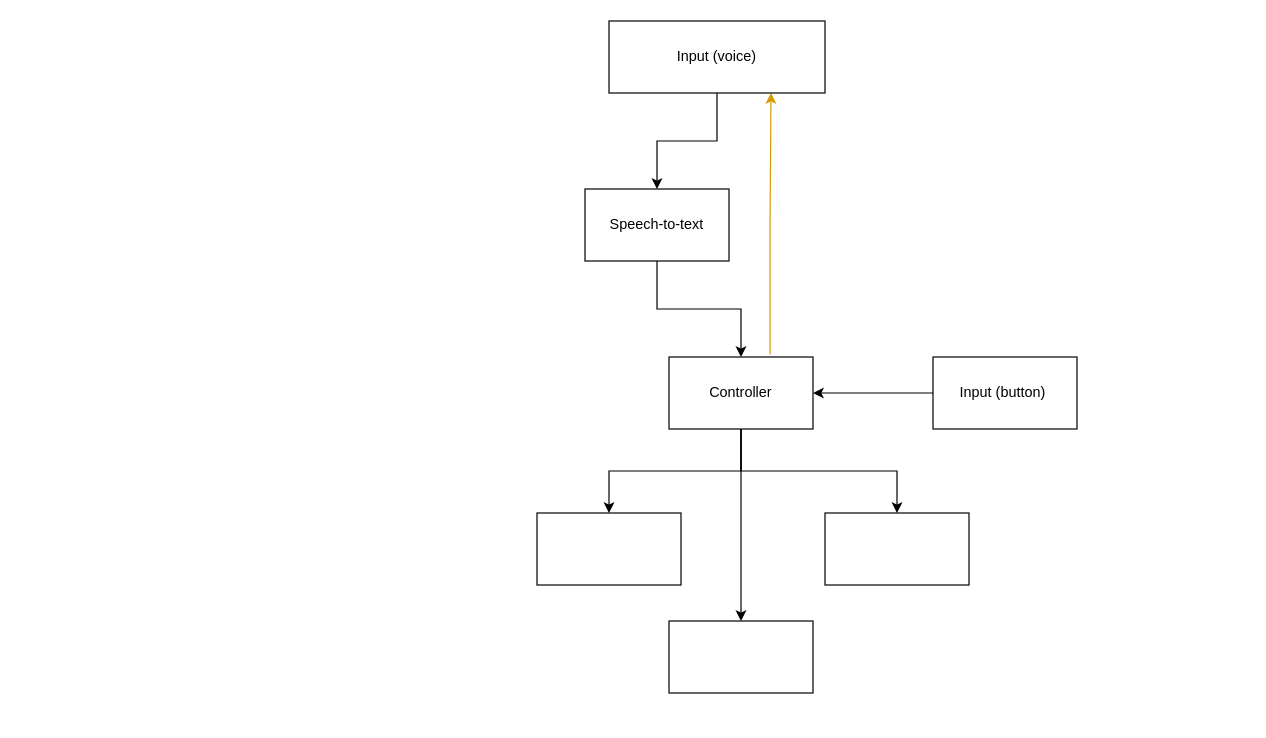
Above: Diagramme sans nom.drawio in Thorwig/C.H.I.P (draw.io), before the change. Source tidied: cells renumbered, new cells numbered last; positions are measured from the earlier drawing's top-left corner, leaving out a move shared by most shapes. Both pictures are drawn from the tidied source at 120%, with x=0, y=0 at pixel (536, 20).
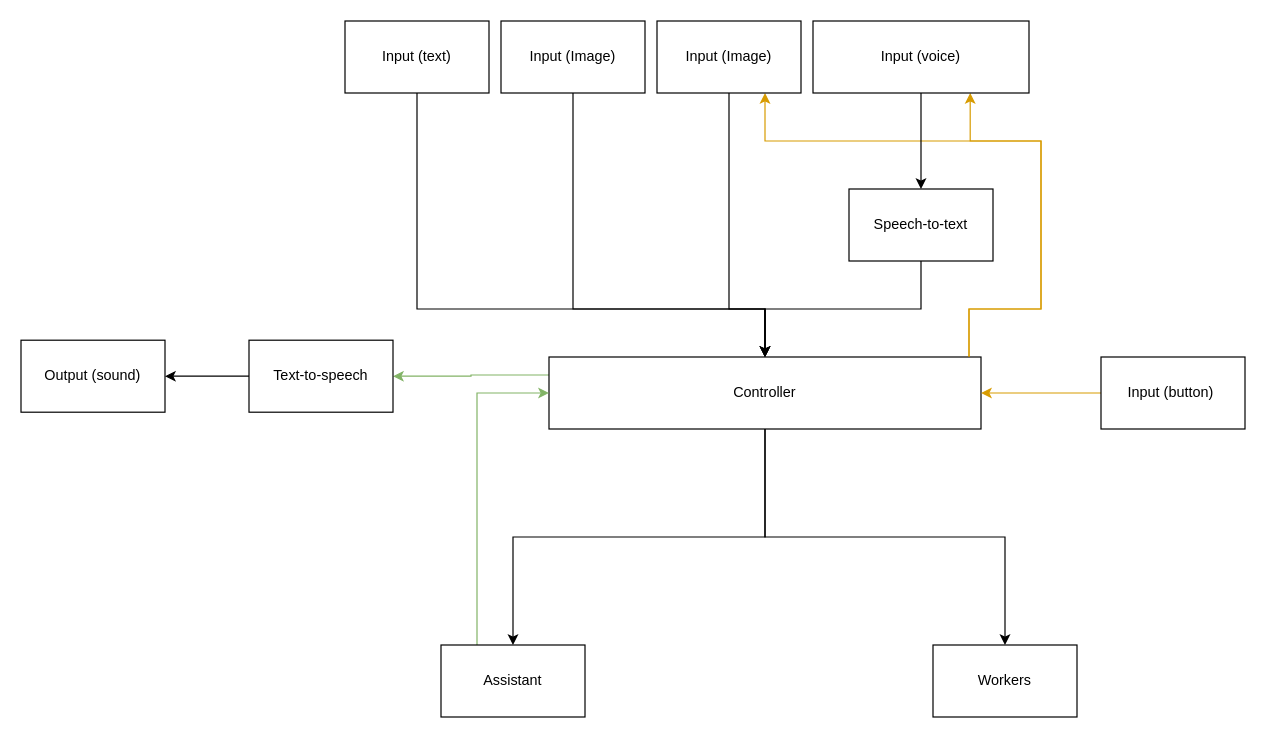
After the change.

The edit, as a diff of the source:
```diff
@@
-    <mxCell id="2" style="edgeStyle=orthogonalEdgeStyle;rounded=0;jettySize=auto;html=1;" parent="1" edge="1" source="5" target="6">
+    <mxCell id="2" style="edgeStyle=orthogonalEdgeStyle;rounded=0;jettySize=auto;html=1;exitX=0.5;exitY=1;exitDx=0;exitDy=0;" parent="1" edge="1" source="5" target="6">
       <mxGeometry relative="1" as="geometry" />
     </mxCell>
-    <mxCell id="3" style="edgeStyle=orthogonalEdgeStyle;rounded=0;jettySize=auto;html=1;exitX=0.5;exitY=1;exitDx=0;exitDy=0;" parent="1" edge="1" source="5" target="7">
-      <mxGeometry relative="1" as="geometry" />
-    </mxCell>
-    <mxCell id="4" style="edgeStyle=orthogonalEdgeStyle;rounded=0;jettySize=auto;html=1;" parent="1" edge="1" source="5" target="8">
+    <mxCell id="4" style="edgeStyle=orthogonalEdgeStyle;rounded=0;jettySize=auto;html=1;entryX=0.5;entryY=0;entryDx=0;entryDy=0;" parent="1" edge="1" source="5" target="8">
       <mxGeometry relative="1" as="geometry" />
     </mxCell>
+    <mxCell id="16" style="edgeStyle=orthogonalEdgeStyle;rounded=0;jettySize=auto;html=1;exitX=0;exitY=0.25;exitDx=0;exitDy=0;fillColor=#d5e8d4;strokeColor=#82b366;" parent="1" edge="1" source="5" target="20">
+      <mxGeometry relative="1" as="geometry" />
+    </mxCell>
+    <mxCell id="17" style="edgeStyle=orthogonalEdgeStyle;rounded=0;jettySize=auto;html=1;entryX=0.75;entryY=1;entryDx=0;entryDy=0;fillColor=#ffe6cc;strokeColor=#d79b00;" parent="1" edge="1" source="5" target="25">
+      <mxGeometry relative="1" as="geometry">
+        <Array as="points">
+          <mxPoint x="360" y="240" />
+          <mxPoint x="420" y="240" />
+          <mxPoint x="420" y="100" />
+          <mxPoint x="190" y="100" />
+        </Array>
+      </mxGeometry>
+    </mxCell>
     <mxCell id="5" value="Controller" style="rounded=0;whiteSpace=wrap;html=1;" parent="1" vertex="1">
-      <mxGeometry x="110" y="280" width="120" height="60" as="geometry" />
+      <mxGeometry x="10" y="280" width="360" height="60" as="geometry" />
     </mxCell>
+    <mxCell id="18" style="edgeStyle=orthogonalEdgeStyle;rounded=0;jettySize=auto;html=1;exitX=0.25;exitY=0;exitDx=0;exitDy=0;entryX=0;entryY=0.5;entryDx=0;entryDy=0;fillColor=#d5e8d4;strokeColor=#82b366;" parent="1" edge="1" source="6" target="5">
+      <mxGeometry relative="1" as="geometry" />
+    </mxCell>
-    <mxCell id="6" style="rounded=0;whiteSpace=wrap;html=1;" parent="1" vertex="1">
-      <mxGeometry y="410" width="120" height="60" as="geometry" />
+    <mxCell id="6" value="Assistant" style="rounded=0;whiteSpace=wrap;html=1;" parent="1" vertex="1">
+      <mxGeometry x="-80" y="520" width="120" height="60" as="geometry" />
     </mxCell>
-    <mxCell id="7" style="rounded=0;whiteSpace=wrap;html=1;" parent="1" vertex="1">
-      <mxGeometry x="240" y="410" width="120" height="60" as="geometry" />
-    </mxCell>
-    <mxCell id="8" style="rounded=0;whiteSpace=wrap;html=1;" parent="1" vertex="1">
-      <mxGeometry x="110" y="500" width="120" height="60" as="geometry" />
+    <mxCell id="8" value="Workers" style="rounded=0;whiteSpace=wrap;html=1;" parent="1" vertex="1">
+      <mxGeometry x="330" y="520" width="120" height="60" as="geometry" />
     </mxCell>
-    <mxCell id="9" style="edgeStyle=orthogonalEdgeStyle;rounded=0;jettySize=auto;html=1;exitX=0.702;exitY=-0.033;exitDx=0;exitDy=0;entryX=0.75;entryY=1;entryDx=0;entryDy=0;fillColor=#ffe6cc;strokeColor=#d79b00;exitPerimeter=0;" parent="1" edge="1" source="5" target="15">
-      <mxGeometry relative="1" as="geometry" />
+    <mxCell id="9" style="edgeStyle=orthogonalEdgeStyle;rounded=0;orthogonalLoop=1;jettySize=auto;html=1;entryX=0.75;entryY=1;entryDx=0;entryDy=0;fillColor=#ffe6cc;strokeColor=#d79b00;" parent="1" edge="1">
+      <mxGeometry relative="1" as="geometry">
+        <mxPoint x="360" y="280" as="sourcePoint" />
+        <mxPoint x="361" y="60" as="targetPoint" />
+        <Array as="points">
+          <mxPoint x="360" y="240" />
+          <mxPoint x="420" y="240" />
+          <mxPoint x="420" y="100" />
+          <mxPoint x="361" y="100" />
+        </Array>
+      </mxGeometry>
     </mxCell>
@@
     <mxCell id="11" value="Speech-to-text" style="rounded=0;whiteSpace=wrap;html=1;" parent="1" vertex="1">
-      <mxGeometry x="40" y="140" width="120" height="60" as="geometry" />
+      <mxGeometry x="260" y="140" width="120" height="60" as="geometry" />
     </mxCell>
-    <mxCell id="12" style="edgeStyle=orthogonalEdgeStyle;rounded=0;jettySize=auto;html=1;" parent="1" edge="1" source="13" target="5">
+    <mxCell id="12" style="edgeStyle=orthogonalEdgeStyle;rounded=0;jettySize=auto;html=1;fillColor=#ffe6cc;strokeColor=#d79b00;" parent="1" edge="1" source="13" target="5">
       <mxGeometry relative="1" as="geometry" />
     </mxCell>
     <mxCell id="13" value="Input (button)&amp;nbsp;" style="rounded=0;whiteSpace=wrap;html=1;" parent="1" vertex="1">
-      <mxGeometry x="330" y="280" width="120" height="60" as="geometry" />
+      <mxGeometry x="470" y="280" width="120" height="60" as="geometry" />
     </mxCell>
@@
     <mxCell id="15" value="Input (voice)" style="rounded=0;whiteSpace=wrap;html=1;" parent="1" vertex="1">
-      <mxGeometry x="60" width="180" height="60" as="geometry" />
+      <mxGeometry x="230" width="180" height="60" as="geometry" />
     </mxCell>
+    <mxCell id="19" style="edgeStyle=orthogonalEdgeStyle;rounded=0;jettySize=auto;html=1;" parent="1" edge="1" source="20" target="21">
+      <mxGeometry relative="1" as="geometry" />
+    </mxCell>
+    <mxCell id="20" value="Text-to-speech" style="rounded=0;whiteSpace=wrap;html=1;" parent="1" vertex="1">
+      <mxGeometry x="-240" y="266" width="120" height="60" as="geometry" />
+    </mxCell>
+    <mxCell id="21" value="Output (sound)" style="rounded=0;whiteSpace=wrap;html=1;" parent="1" vertex="1">
+      <mxGeometry x="-430" y="266" width="120" height="60" as="geometry" />
+    </mxCell>
+    <mxCell id="22" style="edgeStyle=orthogonalEdgeStyle;rounded=0;jettySize=auto;html=1;exitX=0.5;exitY=1;exitDx=0;exitDy=0;" parent="1" edge="1" source="23">
+      <mxGeometry relative="1" as="geometry">
+        <mxPoint x="190" y="280" as="targetPoint" />
+        <Array as="points">
+          <mxPoint x="-100" y="240" />
+          <mxPoint x="190" y="240" />
+        </Array>
+      </mxGeometry>
+    </mxCell>
+    <mxCell id="23" value="Input (text)" style="rounded=0;whiteSpace=wrap;html=1;" parent="1" vertex="1">
+      <mxGeometry x="-160" width="120" height="60" as="geometry" />
+    </mxCell>
+    <mxCell id="24" style="edgeStyle=orthogonalEdgeStyle;rounded=0;jettySize=auto;html=1;entryX=0.5;entryY=0;entryDx=0;entryDy=0;" parent="1" edge="1" source="25" target="5">
+      <mxGeometry relative="1" as="geometry">
+        <Array as="points">
+          <mxPoint x="160" y="240" />
+          <mxPoint x="190" y="240" />
+        </Array>
+      </mxGeometry>
+    </mxCell>
+    <mxCell id="25" value="Input (Image)" style="rounded=0;whiteSpace=wrap;html=1;" parent="1" vertex="1">
+      <mxGeometry x="100" width="120" height="60" as="geometry" />
+    </mxCell>
+    <mxCell id="26" style="edgeStyle=orthogonalEdgeStyle;rounded=0;jettySize=auto;html=1;entryX=0.5;entryY=0;entryDx=0;entryDy=0;" parent="1" edge="1" source="27" target="5">
+      <mxGeometry relative="1" as="geometry">
+        <Array as="points">
+          <mxPoint x="30" y="240" />
+          <mxPoint x="190" y="240" />
+        </Array>
+      </mxGeometry>
+    </mxCell>
+    <mxCell id="27" value="Input (Image)" style="rounded=0;whiteSpace=wrap;html=1;" parent="1" vertex="1">
+      <mxGeometry x="-30" width="120" height="60" as="geometry" />
+    </mxCell>
```
